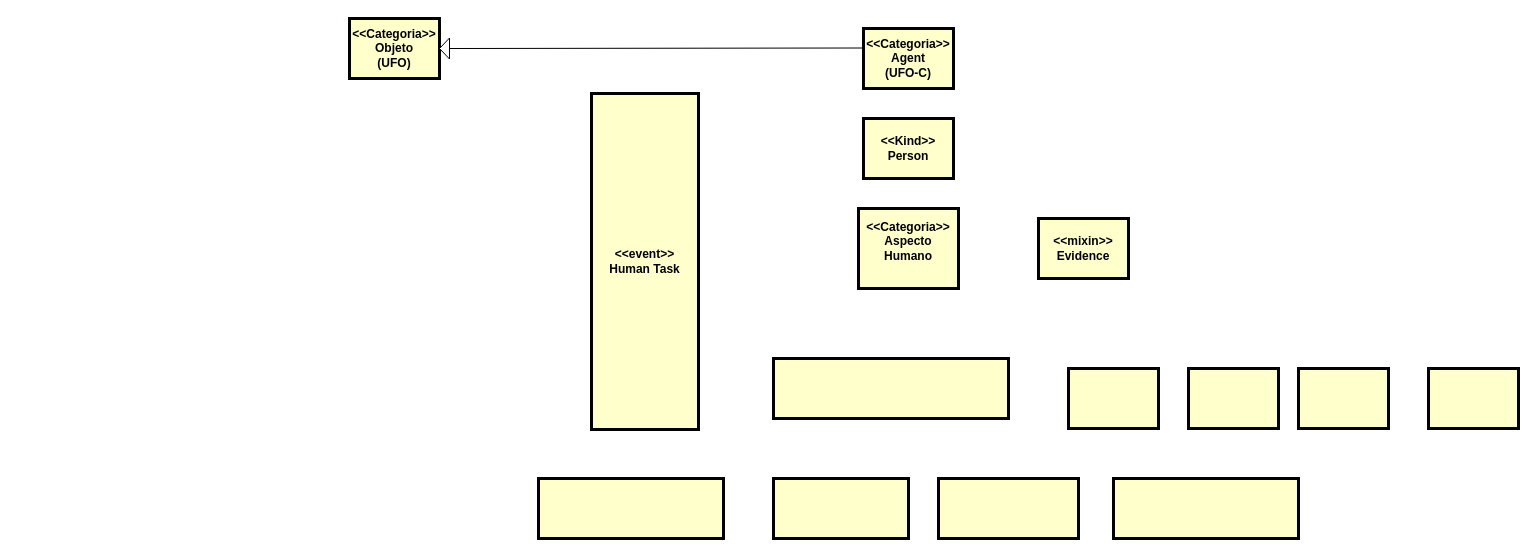
The draw.io diagram Ontologia de Competencias.drawio in RosianeSangali/RosianeSangali, before the edit. Source tidied: cells renumbered, new cells numbered last; positions are measured from the earlier drawing's top-left corner, leaving out a move shared by most shapes. Both pictures are drawn from the tidied source at 100%, with x=0, y=0 at pixel (349, 18).
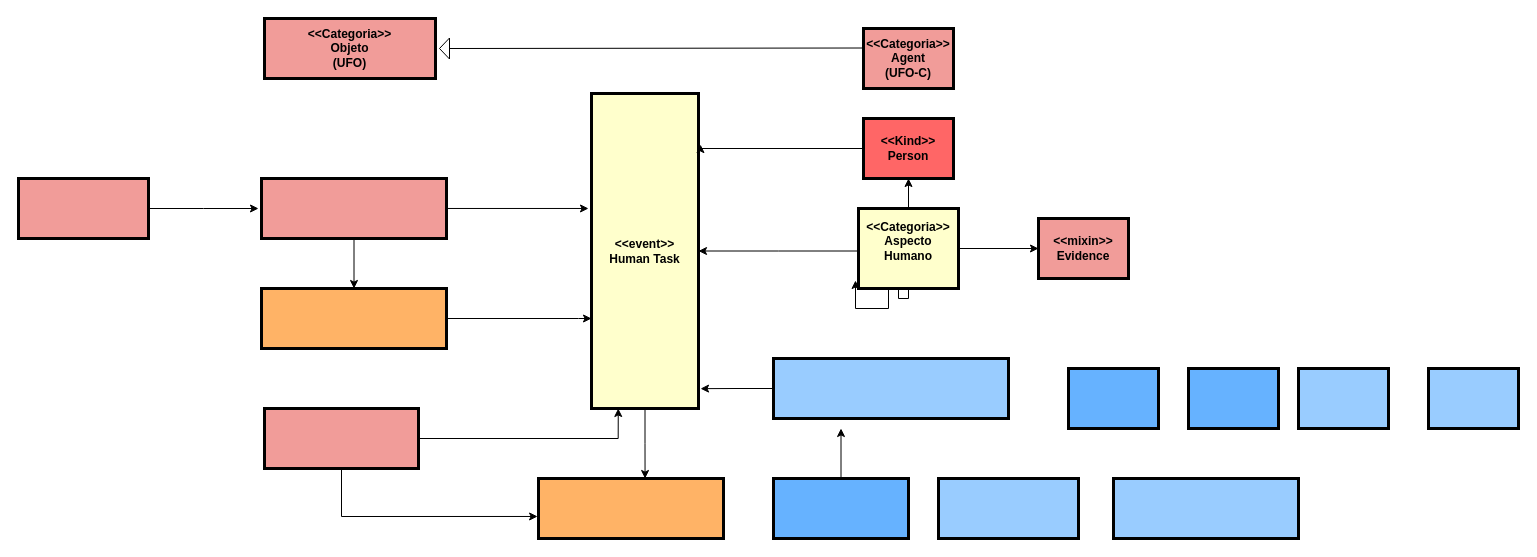
After the change.

The change refers to these unchanged cells:
```xml
<mxCell id="8" value="&lt;&lt;Categoria&gt;&gt; &#10;Aspecto Humano &#10;" style="whiteSpace=wrap;align=center;verticalAlign=middle;fontStyle=1;strokeWidth=3;fillColor=#FFFFCC;" parent="1" vertex="1">
  <mxGeometry x="509" y="190" width="100" height="80" as="geometry" />
</mxCell>
```

What changed in the source:
```diff
@@
     <mxCell id="2" value="&lt;&lt;event&gt;&gt;&#10;Human Task" style="whiteSpace=wrap;align=center;verticalAlign=middle;fontStyle=1;strokeWidth=3;fillColor=#FFFFCC;" parent="1" vertex="1">
-      <mxGeometry x="242" y="75" width="107" height="336" as="geometry" />
+      <mxGeometry x="242" y="75" width="107" height="315" as="geometry" />
     </mxCell>
-    <mxCell id="3" value="&lt;&lt;Categoria&gt;&gt; &#10;Objeto &#10;(UFO)" style="whiteSpace=wrap;align=center;verticalAlign=middle;fontStyle=1;strokeWidth=3;fillColor=#FFFFCC;" parent="1" vertex="1">
-      <mxGeometry width="90" height="60" as="geometry" />
+    <mxCell id="3" value="&lt;&lt;Categoria&gt;&gt; &#10;Objeto &#10;(UFO)" style="whiteSpace=wrap;align=center;verticalAlign=middle;fontStyle=1;strokeWidth=3;fillColor=#F19C99;" parent="1" vertex="1">
+      <mxGeometry x="-85" width="171" height="60" as="geometry" />
     </mxCell>
-    <mxCell id="4" value="&lt;&lt;Categoria&gt;&gt; &#10;Agent&#10;(UFO-C)" style="whiteSpace=wrap;align=center;verticalAlign=middle;fontStyle=1;strokeWidth=3;fillColor=#FFFFCC;" parent="1" vertex="1">
+    <mxCell id="4" value="&lt;&lt;Categoria&gt;&gt; &#10;Agent&#10;(UFO-C)" style="whiteSpace=wrap;align=center;verticalAlign=middle;fontStyle=1;strokeWidth=3;fillColor=#F19C99;" parent="1" vertex="1">
       <mxGeometry x="514" y="10" width="90" height="60" as="geometry" />
     </mxCell>
@@
-    <mxCell id="7" value="&lt;&lt;Kind&gt;&gt;&#10;Person" style="whiteSpace=wrap;align=center;verticalAlign=middle;fontStyle=1;strokeWidth=3;fillColor=#FFFFCC;" parent="1" vertex="1">
+    <mxCell id="7" value="&lt;&lt;Kind&gt;&gt;&#10;Person" style="whiteSpace=wrap;align=center;verticalAlign=middle;fontStyle=1;strokeWidth=3;fillColor=#FF6666;" parent="1" vertex="1">
       <mxGeometry x="514" y="100" width="90" height="60" as="geometry" />
     </mxCell>
+    <mxCell id="19" style="edgeStyle=orthogonalEdgeStyle;rounded=0;jettySize=auto;html=1;entryX=1;entryY=0.5;entryDx=0;entryDy=0;" parent="1" edge="1" source="8" target="2">
+      <mxGeometry relative="1" as="geometry">
+        <Array as="points">
+          <mxPoint x="429" y="233" />
+        </Array>
+      </mxGeometry>
+    </mxCell>
+    <mxCell id="20" style="edgeStyle=orthogonalEdgeStyle;rounded=0;jettySize=auto;html=1;" parent="1" edge="1" source="8" target="7">
+      <mxGeometry relative="1" as="geometry" />
+    </mxCell>
+    <mxCell id="21" style="edgeStyle=orthogonalEdgeStyle;rounded=0;jettySize=auto;html=1;" parent="1" edge="1" source="8" target="9">
+      <mxGeometry relative="1" as="geometry" />
+    </mxCell>
@@
-    <mxCell id="9" value="&lt;&lt;mixin&gt;&gt;&#10;Evidence" style="whiteSpace=wrap;align=center;verticalAlign=middle;fontStyle=1;strokeWidth=3;fillColor=#FFFFCC;" parent="1" vertex="1">
+    <mxCell id="9" value="&lt;&lt;mixin&gt;&gt;&#10;Evidence" style="whiteSpace=wrap;align=center;verticalAlign=middle;fontStyle=1;strokeWidth=3;fillColor=#F19C99;" parent="1" vertex="1">
       <mxGeometry x="689" y="200" width="90" height="60" as="geometry" />
     </mxCell>
+    <mxCell id="22" style="edgeStyle=orthogonalEdgeStyle;rounded=0;jettySize=auto;html=1;entryX=1.019;entryY=0.937;entryDx=0;entryDy=0;entryPerimeter=0;" parent="1" edge="1" source="10" target="2">
+      <mxGeometry relative="1" as="geometry" />
+    </mxCell>
-    <mxCell id="10" style="whiteSpace=wrap;align=center;verticalAlign=middle;fontStyle=1;strokeWidth=3;fillColor=#FFFFCC;" parent="1" vertex="1">
+    <mxCell id="10" style="whiteSpace=wrap;align=center;verticalAlign=middle;fontStyle=1;strokeWidth=3;fillColor=#99CCFF;" parent="1" vertex="1">
       <mxGeometry x="424" y="340" width="235" height="60" as="geometry" />
     </mxCell>
-    <mxCell id="11" style="whiteSpace=wrap;align=center;verticalAlign=middle;fontStyle=1;strokeWidth=3;fillColor=#FFFFCC;" parent="1" vertex="1">
+    <mxCell id="11" style="whiteSpace=wrap;align=center;verticalAlign=middle;fontStyle=1;strokeWidth=3;fillColor=#66B2FF;" parent="1" vertex="1">
       <mxGeometry x="719" y="350" width="90" height="60" as="geometry" />
     </mxCell>
-    <mxCell id="12" style="whiteSpace=wrap;align=center;verticalAlign=middle;fontStyle=1;strokeWidth=3;fillColor=#FFFFCC;" parent="1" vertex="1">
+    <mxCell id="12" style="whiteSpace=wrap;align=center;verticalAlign=middle;fontStyle=1;strokeWidth=3;fillColor=#66B2FF;" parent="1" vertex="1">
       <mxGeometry x="839" y="350" width="90" height="60" as="geometry" />
     </mxCell>
-    <mxCell id="13" style="whiteSpace=wrap;align=center;verticalAlign=middle;fontStyle=1;strokeWidth=3;fillColor=#FFFFCC;" parent="1" vertex="1">
+    <mxCell id="13" style="whiteSpace=wrap;align=center;verticalAlign=middle;fontStyle=1;strokeWidth=3;fillColor=#99CCFF;" parent="1" vertex="1">
       <mxGeometry x="949" y="350" width="90" height="60" as="geometry" />
     </mxCell>
-    <mxCell id="14" style="whiteSpace=wrap;align=center;verticalAlign=middle;fontStyle=1;strokeWidth=3;fillColor=#FFFFCC;" parent="1" vertex="1">
+    <mxCell id="14" style="whiteSpace=wrap;align=center;verticalAlign=middle;fontStyle=1;strokeWidth=3;fillColor=#99CCFF;" parent="1" vertex="1">
       <mxGeometry x="1079" y="350" width="90" height="60" as="geometry" />
     </mxCell>
+    <mxCell id="23" style="edgeStyle=orthogonalEdgeStyle;rounded=0;jettySize=auto;html=1;" parent="1" edge="1" source="15">
+      <mxGeometry relative="1" as="geometry">
+        <mxPoint x="491.5" y="410" as="targetPoint" />
+      </mxGeometry>
+    </mxCell>
-    <mxCell id="15" style="whiteSpace=wrap;align=center;verticalAlign=middle;fontStyle=1;strokeWidth=3;fillColor=#FFFFCC;" parent="1" vertex="1">
+    <mxCell id="15" style="whiteSpace=wrap;align=center;verticalAlign=middle;fontStyle=1;strokeWidth=3;fillColor=#66B2FF;" parent="1" vertex="1">
       <mxGeometry x="424" y="460" width="135" height="60" as="geometry" />
     </mxCell>
-    <mxCell id="16" style="whiteSpace=wrap;align=center;verticalAlign=middle;fontStyle=1;strokeWidth=3;fillColor=#FFFFCC;" parent="1" vertex="1">
+    <mxCell id="16" style="whiteSpace=wrap;align=center;verticalAlign=middle;fontStyle=1;strokeWidth=3;fillColor=#99CCFF;" parent="1" vertex="1">
       <mxGeometry x="589" y="460" width="140" height="60" as="geometry" />
     </mxCell>
-    <mxCell id="17" style="whiteSpace=wrap;align=center;verticalAlign=middle;fontStyle=1;strokeWidth=3;fillColor=#FFFFCC;" parent="1" vertex="1">
+    <mxCell id="17" style="whiteSpace=wrap;align=center;verticalAlign=middle;fontStyle=1;strokeWidth=3;fillColor=#99CCFF;" parent="1" vertex="1">
       <mxGeometry x="764" y="460" width="185" height="60" as="geometry" />
     </mxCell>
-    <mxCell id="18" style="whiteSpace=wrap;align=center;verticalAlign=middle;fontStyle=1;strokeWidth=3;fillColor=#FFFFCC;" parent="1" vertex="1">
+    <mxCell id="18" style="whiteSpace=wrap;align=center;verticalAlign=middle;fontStyle=1;strokeWidth=3;fillColor=#FFB366;" parent="1" vertex="1">
       <mxGeometry x="189" y="460" width="185" height="60" as="geometry" />
     </mxCell>
+    <mxCell id="24" style="edgeStyle=orthogonalEdgeStyle;rounded=0;jettySize=auto;html=1;exitX=1;exitY=0.5;exitDx=0;exitDy=0;entryX=0.25;entryY=1;entryDx=0;entryDy=0;" parent="1" edge="1" source="25" target="2">
+      <mxGeometry relative="1" as="geometry" />
+    </mxCell>
+    <mxCell id="25" style="whiteSpace=wrap;align=center;verticalAlign=middle;fontStyle=1;strokeWidth=3;fillColor=#F19C99;" parent="1" vertex="1">
+      <mxGeometry x="-85" y="390" width="154" height="60" as="geometry" />
+    </mxCell>
+    <mxCell id="26" style="edgeStyle=orthogonalEdgeStyle;rounded=0;jettySize=auto;html=1;entryX=0.5;entryY=0;entryDx=0;entryDy=0;" parent="1" edge="1" source="27" target="29">
+      <mxGeometry relative="1" as="geometry" />
+    </mxCell>
+    <mxCell id="27" style="whiteSpace=wrap;align=center;verticalAlign=middle;fontStyle=1;strokeWidth=3;fillColor=#F19C99;" parent="1" vertex="1">
+      <mxGeometry x="-88" y="160" width="185" height="60" as="geometry" />
+    </mxCell>
+    <mxCell id="28" style="edgeStyle=orthogonalEdgeStyle;rounded=0;jettySize=auto;html=1;" parent="1" edge="1" source="29" target="2">
+      <mxGeometry relative="1" as="geometry">
+        <Array as="points">
+          <mxPoint x="229" y="300" />
+          <mxPoint x="229" y="300" />
+        </Array>
+      </mxGeometry>
+    </mxCell>
+    <mxCell id="29" style="whiteSpace=wrap;align=center;verticalAlign=middle;fontStyle=1;strokeWidth=3;fillColor=#FFB366;" parent="1" vertex="1">
+      <mxGeometry x="-88" y="270" width="185" height="60" as="geometry" />
+    </mxCell>
+    <mxCell id="30" style="edgeStyle=orthogonalEdgeStyle;rounded=0;jettySize=auto;html=1;" parent="1" edge="1" source="31">
+      <mxGeometry relative="1" as="geometry">
+        <mxPoint x="-91" y="190" as="targetPoint" />
+      </mxGeometry>
+    </mxCell>
+    <mxCell id="31" style="whiteSpace=wrap;align=center;verticalAlign=middle;fontStyle=1;strokeWidth=3;fillColor=#F19C99;" parent="1" vertex="1">
+      <mxGeometry x="-331" y="160" width="130" height="60" as="geometry" />
+    </mxCell>
+    <mxCell id="32" style="edgeStyle=orthogonalEdgeStyle;rounded=0;jettySize=auto;html=1;entryX=-0.028;entryY=0.365;entryDx=0;entryDy=0;entryPerimeter=0;" parent="1" edge="1" source="27" target="2">
+      <mxGeometry relative="1" as="geometry" />
+    </mxCell>
+    <mxCell id="33" style="edgeStyle=orthogonalEdgeStyle;rounded=0;jettySize=auto;html=1;entryX=-0.005;entryY=0.633;entryDx=0;entryDy=0;entryPerimeter=0;" parent="1" edge="1" source="25" target="18">
+      <mxGeometry relative="1" as="geometry">
+        <Array as="points">
+          <mxPoint x="-8" y="498" />
+        </Array>
+      </mxGeometry>
+    </mxCell>
+    <mxCell id="34" style="edgeStyle=orthogonalEdgeStyle;rounded=0;jettySize=auto;html=1;entryX=0.576;entryY=0;entryDx=0;entryDy=0;entryPerimeter=0;" parent="1" edge="1" source="2" target="18">
+      <mxGeometry relative="1" as="geometry" />
+    </mxCell>
+    <mxCell id="35" style="edgeStyle=orthogonalEdgeStyle;rounded=0;jettySize=auto;html=1;entryX=1.019;entryY=0.162;entryDx=0;entryDy=0;entryPerimeter=0;" parent="1" edge="1" source="7" target="2">
+      <mxGeometry relative="1" as="geometry">
+        <Array as="points">
+          <mxPoint x="351" y="130" />
+        </Array>
+      </mxGeometry>
+    </mxCell>
+    <mxCell id="36" style="edgeStyle=orthogonalEdgeStyle;rounded=0;orthogonalLoop=1;jettySize=auto;html=1;entryX=-0.03;entryY=0.9;entryDx=0;entryDy=0;entryPerimeter=0;exitX=0.5;exitY=1;exitDx=0;exitDy=0;" parent="1" edge="1" source="8" target="8">
+      <mxGeometry relative="1" as="geometry">
+        <Array as="points">
+          <mxPoint x="559" y="280" />
+          <mxPoint x="549" y="280" />
+          <mxPoint x="549" y="270" />
+          <mxPoint x="539" y="270" />
+          <mxPoint x="539" y="290" />
+          <mxPoint x="506" y="290" />
+        </Array>
+      </mxGeometry>
+    </mxCell>
```
